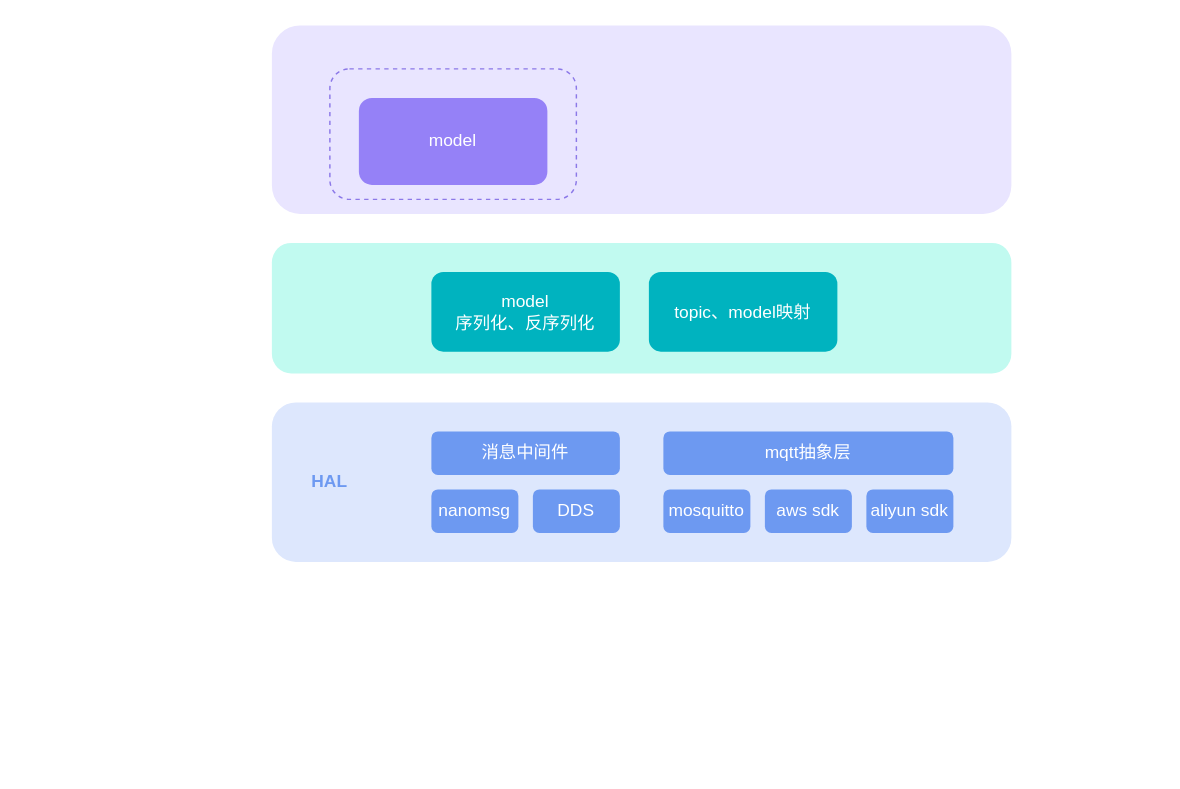
This is 割草机.drawio from xunzhaoxusanduo/1-drawio, a draw.io file, before an edit. Source tidied: cells renumbered, new cells numbered last; positions are measured from the earlier drawing's top-left corner, leaving out a move shared by most shapes. Both pictures are drawn from the tidied source at 145%, with x=0, y=0 at pixel (271, 25).
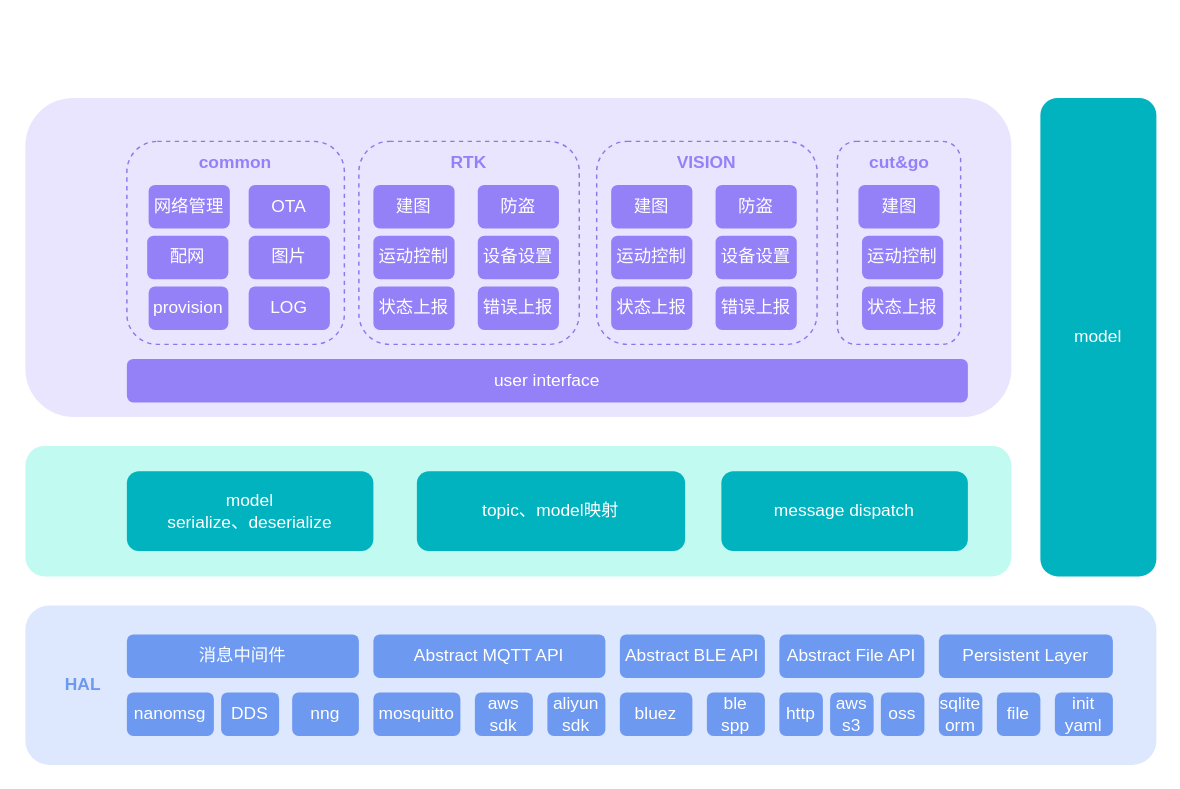
The same page after the edit.

Commit message:
更新割草机.drawio

What changed in the source:
```diff
@@
     <mxCell id="2" style="rounded=1;whiteSpace=wrap;html=1;fillColor=#dde7fd;strokeColor=none;" parent="1" vertex="1">
-      <mxGeometry y="260" width="510" height="110" as="geometry" />
+      <mxGeometry x="-170" y="400" width="780" height="110" as="geometry" />
     </mxCell>
     <mxCell id="3" value="消息中间件" style="rounded=1;whiteSpace=wrap;html=1;strokeColor=none;fillColor=#6d99f1;fontColor=#ffffff;" parent="1" vertex="1">
-      <mxGeometry x="110" y="280" width="130" height="30" as="geometry" />
+      <mxGeometry x="-100" y="420" width="160" height="30" as="geometry" />
     </mxCell>
     <mxCell id="4" value="nanomsg" style="rounded=1;whiteSpace=wrap;html=1;strokeColor=none;fillColor=#6d99f1;fontColor=#ffffff;" parent="1" vertex="1">
-      <mxGeometry x="110" y="320" width="60" height="30" as="geometry" />
+      <mxGeometry x="-100" y="460" width="60" height="30" as="geometry" />
     </mxCell>
     <mxCell id="5" value="DDS" style="rounded=1;whiteSpace=wrap;html=1;strokeColor=none;fillColor=#6d99f1;fontColor=#ffffff;" parent="1" vertex="1">
-      <mxGeometry x="180" y="320" width="60" height="30" as="geometry" />
+      <mxGeometry x="-35" y="460" width="40" height="30" as="geometry" />
     </mxCell>
-    <mxCell id="6" value="mqtt抽象层" style="rounded=1;whiteSpace=wrap;html=1;strokeColor=none;fillColor=#6d99f1;fontColor=#ffffff;" parent="1" vertex="1">
-      <mxGeometry x="270" y="280" width="200" height="30" as="geometry" />
+    <mxCell id="6" value="Abstract MQTT API" style="rounded=1;whiteSpace=wrap;html=1;strokeColor=none;fillColor=#6d99f1;fontColor=#ffffff;" parent="1" vertex="1">
+      <mxGeometry x="70" y="420" width="160" height="30" as="geometry" />
     </mxCell>
     <mxCell id="7" value="mosquitto" style="rounded=1;whiteSpace=wrap;html=1;strokeColor=none;fillColor=#6d99f1;fontColor=#ffffff;" parent="1" vertex="1">
-      <mxGeometry x="270" y="320" width="60" height="30" as="geometry" />
+      <mxGeometry x="70" y="460" width="60" height="30" as="geometry" />
     </mxCell>
     <mxCell id="8" value="aws sdk" style="rounded=1;whiteSpace=wrap;html=1;strokeColor=none;fillColor=#6d99f1;fontColor=#ffffff;" parent="1" vertex="1">
-      <mxGeometry x="340" y="320" width="60" height="30" as="geometry" />
+      <mxGeometry x="140" y="460" width="40" height="30" as="geometry" />
     </mxCell>
     <mxCell id="9" value="aliyun sdk" style="rounded=1;whiteSpace=wrap;html=1;strokeColor=none;fillColor=#6d99f1;fontColor=#ffffff;" parent="1" vertex="1">
-      <mxGeometry x="410" y="320" width="60" height="30" as="geometry" />
+      <mxGeometry x="190" y="460" width="40" height="30" as="geometry" />
     </mxCell>
     <mxCell id="10" value="HAL" style="text;html=1;strokeColor=none;fillColor=none;align=center;verticalAlign=middle;whiteSpace=wrap;rounded=0;fontColor=#6d99f1;fontStyle=1;" parent="1" vertex="1">
-      <mxGeometry x="10" y="300" width="60" height="30" as="geometry" />
+      <mxGeometry x="-160" y="440" width="60" height="30" as="geometry" />
     </mxCell>
     <mxCell id="11" style="rounded=1;whiteSpace=wrap;html=1;fillColor=#c1faf0;strokeColor=none;" parent="1" vertex="1">
-      <mxGeometry y="150" width="510" height="90" as="geometry" />
+      <mxGeometry x="-170" y="290" width="680" height="90" as="geometry" />
     </mxCell>
-    <mxCell id="12" value="model&lt;br&gt;序列化、反序列化" style="rounded=1;whiteSpace=wrap;html=1;strokeColor=none;fillColor=#00b3bf;fontColor=#ffffff;" parent="1" vertex="1">
-      <mxGeometry x="110" y="170" width="130" height="55" as="geometry" />
+    <mxCell id="12" value="model&lt;br&gt;serialize、deserialize" style="rounded=1;whiteSpace=wrap;html=1;strokeColor=none;fillColor=#00b3bf;fontColor=#ffffff;" parent="1" vertex="1">
+      <mxGeometry x="-100" y="307.5" width="170" height="55" as="geometry" />
     </mxCell>
     <mxCell id="13" value="&lt;div data-t=&quot;flow&quot; data-processon-v=&quot;{&amp;quot;list&amp;quot;:[{&amp;quot;parent&amp;quot;:&amp;quot;&amp;quot;,&amp;quot;link&amp;quot;:&amp;quot;&amp;quot;,&amp;quot;shapeStyle&amp;quot;:{&amp;quot;alpha&amp;quot;:1},&amp;quot;textBlock&amp;quot;:[{&amp;quot;position&amp;quot;:{&amp;quot;w&amp;quot;:&amp;quot;w-20&amp;quot;,&amp;quot;x&amp;quot;:10,&amp;quot;h&amp;quot;:&amp;quot;h&amp;quot;,&amp;quot;y&amp;quot;:0},&amp;quot;text&amp;quot;:&amp;quot;model&lt;div&gt;序列化、反序列化&lt;/div&gt;&amp;quot;}],&amp;quot;anchors&amp;quot;:[{&amp;quot;x&amp;quot;:&amp;quot;w/2&amp;quot;,&amp;quot;y&amp;quot;:&amp;quot;0&amp;quot;},{&amp;quot;x&amp;quot;:&amp;quot;w/2&amp;quot;,&amp;quot;y&amp;quot;:&amp;quot;h&amp;quot;},{&amp;quot;x&amp;quot;:&amp;quot;0&amp;quot;,&amp;quot;y&amp;quot;:&amp;quot;h/2&amp;quot;},{&amp;quot;x&amp;quot;:&amp;quot;w&amp;quot;,&amp;quot;y&amp;quot;:&amp;quot;h/2&amp;quot;}],&amp;quot;fontStyle&amp;quot;:{&amp;quot;color&amp;quot;:&amp;quot;255,255,255&amp;quot;,&amp;quot;size&amp;quot;:12},&amp;quot;dataAttributes&amp;quot;:[{&amp;quot;name&amp;quot;:&amp;quot;序号&amp;quot;,&amp;quot;id&amp;quot;:&amp;quot;JrwUtCCTrl426030&amp;quot;,&amp;quot;type&amp;quot;:&amp;quot;number&amp;quot;,&amp;quot;category&amp;quot;:&amp;quot;default&amp;quot;,&amp;quot;value&amp;quot;:&amp;quot;&amp;quot;},{&amp;quot;name&amp;quot;:&amp;quot;名称&amp;quot;,&amp;quot;id&amp;quot;:&amp;quot;zWFyebNOZr621846&amp;quot;,&amp;quot;type&amp;quot;:&amp;quot;string&amp;quot;,&amp;quot;category&amp;quot;:&amp;quot;default&amp;quot;,&amp;quot;value&amp;quot;:&amp;quot;&amp;quot;},{&amp;quot;name&amp;quot;:&amp;quot;所有者&amp;quot;,&amp;quot;id&amp;quot;:&amp;quot;DDkIAjTwSY076523&amp;quot;,&amp;quot;type&amp;quot;:&amp;quot;string&amp;quot;,&amp;quot;category&amp;quot;:&amp;quot;default&amp;quot;,&amp;quot;value&amp;quot;:&amp;quot;&amp;quot;},{&amp;quot;name&amp;quot;:&amp;quot;连接&amp;quot;,&amp;quot;id&amp;quot;:&amp;quot;XHLMEQMAEG652049&amp;quot;,&amp;quot;type&amp;quot;:&amp;quot;link&amp;quot;,&amp;quot;category&amp;quot;:&amp;quot;default&amp;quot;,&amp;quot;value&amp;quot;:&amp;quot;&amp;quot;},{&amp;quot;name&amp;quot;:&amp;quot;便笺&amp;quot;,&amp;quot;id&amp;quot;:&amp;quot;quSSQknqel203891&amp;quot;,&amp;quot;type&amp;quot;:&amp;quot;string&amp;quot;,&amp;quot;category&amp;quot;:&amp;quot;default&amp;quot;,&amp;quot;value&amp;quot;:&amp;quot;&amp;quot;}],&amp;quot;props&amp;quot;:{&amp;quot;zindex&amp;quot;:25,&amp;quot;w&amp;quot;:153,&amp;quot;x&amp;quot;:195.3589743589743,&amp;quot;h&amp;quot;:44,&amp;quot;y&amp;quot;:420.3333333333335,&amp;quot;angle&amp;quot;:0},&amp;quot;path&amp;quot;:[{&amp;quot;actions&amp;quot;:[{&amp;quot;x&amp;quot;:&amp;quot;0&amp;quot;,&amp;quot;action&amp;quot;:&amp;quot;move&amp;quot;,&amp;quot;y&amp;quot;:&amp;quot;4&amp;quot;},{&amp;quot;y1&amp;quot;:&amp;quot;0&amp;quot;,&amp;quot;x&amp;quot;:&amp;quot;4&amp;quot;,&amp;quot;action&amp;quot;:&amp;quot;quadraticCurve&amp;quot;,&amp;quot;x1&amp;quot;:&amp;quot;0&amp;quot;,&amp;quot;y&amp;quot;:&amp;quot;0&amp;quot;},{&amp;quot;x&amp;quot;:&amp;quot;w-4&amp;quot;,&amp;quot;action&amp;quot;:&amp;quot;line&amp;quot;,&amp;quot;y&amp;quot;:&amp;quot;0&amp;quot;},{&amp;quot;y1&amp;quot;:&amp;quot;0&amp;quot;,&amp;quot;x&amp;quot;:&amp;quot;w&amp;quot;,&amp;quot;action&amp;quot;:&amp;quot;quadraticCurve&amp;quot;,&amp;quot;x1&amp;quot;:&amp;quot;w&amp;quot;,&amp;quot;y&amp;quot;:&amp;quot;4&amp;quot;},{&amp;quot;x&amp;quot;:&amp;quot;w&amp;quot;,&amp;quot;action&amp;quot;:&amp;quot;line&amp;quot;,&amp;quot;y&amp;quot;:&amp;quot;h-4&amp;quot;},{&amp;quot;y1&amp;quot;:&amp;quot;h&amp;quot;,&amp;quot;x&amp;quot;:&amp;quot;w-4&amp;quot;,&amp;quot;action&amp;quot;:&amp;quot;quadraticCurve&amp;quot;,&amp;quot;x1&amp;quot;:&amp;quot;w&amp;quot;,&amp;quot;y&amp;quot;:&amp;quot;h&amp;quot;},{&amp;quot;x&amp;quot;:&amp;quot;4&amp;quot;,&amp;quot;action&amp;quot;:&amp;quot;line&amp;quot;,&amp;quot;y&amp;quot;:&amp;quot;h&amp;quot;},{&amp;quot;y1&amp;quot;:&amp;quot;h&amp;quot;,&amp;quot;x&amp;quot;:&amp;quot;0&amp;quot;,&amp;quot;action&amp;quot;:&amp;quot;quadraticCurve&amp;quot;,&amp;quot;x1&amp;quot;:&amp;quot;0&amp;quot;,&amp;quot;y&amp;quot;:&amp;quot;h-4&amp;quot;},{&amp;quot;action&amp;quot;:&amp;quot;close&amp;quot;}]}],&amp;quot;lineStyle&amp;quot;:{&amp;quot;lineColor&amp;quot;:&amp;quot;0,186,199&amp;quot;},&amp;quot;children&amp;quot;:[],&amp;quot;resizeDir&amp;quot;:[&amp;quot;tl&amp;quot;,&amp;quot;tr&amp;quot;,&amp;quot;br&amp;quot;,&amp;quot;bl&amp;quot;,&amp;quot;l&amp;quot;,&amp;quot;t&amp;quot;,&amp;quot;r&amp;quot;,&amp;quot;b&amp;quot;],&amp;quot;name&amp;quot;:&amp;quot;roundRectangle&amp;quot;,&amp;quot;fillStyle&amp;quot;:{&amp;quot;color&amp;quot;:&amp;quot;0,186,199&amp;quot;,&amp;quot;type&amp;quot;:&amp;quot;solid&amp;quot;},&amp;quot;theme&amp;quot;:{},&amp;quot;id&amp;quot;:&amp;quot;gPrsLUqYKf349802&amp;quot;,&amp;quot;attribute&amp;quot;:{&amp;quot;container&amp;quot;:false,&amp;quot;rotatable&amp;quot;:true,&amp;quot;visible&amp;quot;:true,&amp;quot;fixedLink&amp;quot;:false,&amp;quot;collapsable&amp;quot;:false,&amp;quot;collapsed&amp;quot;:false,&amp;quot;linkable&amp;quot;:true,&amp;quot;markerOffset&amp;quot;:5},&amp;quot;category&amp;quot;:&amp;quot;basic&amp;quot;,&amp;quot;locked&amp;quot;:false,&amp;quot;group&amp;quot;:&amp;quot;&amp;quot;}],&amp;quot;client&amp;quot;:&amp;quot;1700191959465KsjMVhOzrR021758&amp;quot;}&quot;&gt; &lt;/div&gt;" style="text;whiteSpace=wrap;html=1;" parent="1" vertex="1">
-      <mxGeometry x="290" y="60" width="30" height="20" as="geometry" />
+      <mxGeometry x="120" y="200" width="30" height="20" as="geometry" />
     </mxCell>
     <mxCell id="14" value="topic、model映射" style="rounded=1;whiteSpace=wrap;html=1;strokeColor=none;fillColor=#00b3bf;fontColor=#ffffff;" parent="1" vertex="1">
-      <mxGeometry x="260" y="170" width="130" height="55" as="geometry" />
+      <mxGeometry x="100" y="307.5" width="185" height="55" as="geometry" />
     </mxCell>
     <mxCell id="15" style="rounded=1;whiteSpace=wrap;html=1;fillColor=#e9e5ff;strokeColor=none;" parent="1" vertex="1">
-      <mxGeometry width="510" height="130" as="geometry" />
+      <mxGeometry x="-170" y="50" width="680" height="220" as="geometry" />
     </mxCell>
     <mxCell id="16" style="rounded=1;whiteSpace=wrap;html=1;fillColor=none;dashed=1;strokeColor=#8c79e8;" parent="1" vertex="1">
-      <mxGeometry x="40" y="30" width="170" height="90" as="geometry" />
+      <mxGeometry x="-100" y="80" width="150" height="140" as="geometry" />
     </mxCell>
-    <mxCell id="17" value="model" style="rounded=1;whiteSpace=wrap;html=1;strokeColor=none;fillColor=#9581f7;fontColor=#ffffff;" parent="1" vertex="1">
-      <mxGeometry x="60" y="50" width="130" height="60" as="geometry" />
+    <mxCell id="17" value="provision" style="rounded=1;whiteSpace=wrap;html=1;strokeColor=none;fillColor=#9581f7;fontColor=#ffffff;" parent="1" vertex="1">
+      <mxGeometry x="-85" y="180" width="55" height="30" as="geometry" />
     </mxCell>
+    <mxCell id="18" value="message dispatch" style="rounded=1;whiteSpace=wrap;html=1;strokeColor=none;fillColor=#00b3bf;fontColor=#ffffff;" parent="1" vertex="1">
+      <mxGeometry x="310" y="307.5" width="170" height="55" as="geometry" />
+    </mxCell>
+    <mxCell id="19" value="common" style="text;html=1;strokeColor=none;fillColor=none;align=center;verticalAlign=middle;whiteSpace=wrap;rounded=0;fontColor=#9581f7;fontStyle=1;fontFamily=Helvetica;" parent="1" vertex="1">
+      <mxGeometry x="-55" y="80" width="60" height="30" as="geometry" />
+    </mxCell>
+    <mxCell id="20" value="user interface" style="rounded=1;whiteSpace=wrap;html=1;strokeColor=none;fillColor=#9581f7;fontColor=#ffffff;" parent="1" vertex="1">
+      <mxGeometry x="-100" y="230" width="580" height="30" as="geometry" />
+    </mxCell>
+    <mxCell id="21" value="model" style="rounded=1;whiteSpace=wrap;html=1;strokeColor=none;fillColor=#00b3bf;fontColor=#ffffff;" parent="1" vertex="1">
+      <mxGeometry x="530" y="50" width="80" height="330" as="geometry" />
+    </mxCell>
+    <mxCell id="22" value="nng" style="rounded=1;whiteSpace=wrap;html=1;strokeColor=none;fillColor=#6d99f1;fontColor=#ffffff;" parent="1" vertex="1">
+      <mxGeometry x="14" y="460" width="46" height="30" as="geometry" />
+    </mxCell>
+    <mxCell id="23" value="Abstract BLE API" style="rounded=1;whiteSpace=wrap;html=1;strokeColor=none;fillColor=#6d99f1;fontColor=#ffffff;" parent="1" vertex="1">
+      <mxGeometry x="240" y="420" width="100" height="30" as="geometry" />
+    </mxCell>
+    <mxCell id="24" value="Abstract File API" style="rounded=1;whiteSpace=wrap;html=1;strokeColor=none;fillColor=#6d99f1;fontColor=#ffffff;" parent="1" vertex="1">
+      <mxGeometry x="350" y="420" width="100" height="30" as="geometry" />
+    </mxCell>
+    <mxCell id="25" value="bluez" style="rounded=1;whiteSpace=wrap;html=1;strokeColor=none;fillColor=#6d99f1;fontColor=#ffffff;" parent="1" vertex="1">
+      <mxGeometry x="240" y="460" width="50" height="30" as="geometry" />
+    </mxCell>
+    <mxCell id="26" value="ble spp" style="rounded=1;whiteSpace=wrap;html=1;strokeColor=none;fillColor=#6d99f1;fontColor=#ffffff;" parent="1" vertex="1">
+      <mxGeometry x="300" y="460" width="40" height="30" as="geometry" />
+    </mxCell>
+    <mxCell id="27" value="http" style="rounded=1;whiteSpace=wrap;html=1;strokeColor=none;fillColor=#6d99f1;fontColor=#ffffff;" parent="1" vertex="1">
+      <mxGeometry x="350" y="460" width="30" height="30" as="geometry" />
+    </mxCell>
+    <mxCell id="28" value="aws s3" style="rounded=1;whiteSpace=wrap;html=1;strokeColor=none;fillColor=#6d99f1;fontColor=#ffffff;" parent="1" vertex="1">
+      <mxGeometry x="385" y="460" width="30" height="30" as="geometry" />
+    </mxCell>
+    <mxCell id="29" value="oss" style="rounded=1;whiteSpace=wrap;html=1;strokeColor=none;fillColor=#6d99f1;fontColor=#ffffff;" parent="1" vertex="1">
+      <mxGeometry x="420" y="460" width="30" height="30" as="geometry" />
+    </mxCell>
+    <mxCell id="30" style="rounded=1;whiteSpace=wrap;html=1;fillColor=none;dashed=1;strokeColor=#8c79e8;" parent="1" vertex="1">
+      <mxGeometry x="60" y="80" width="152" height="140" as="geometry" />
+    </mxCell>
+    <mxCell id="31" value="RTK" style="text;html=1;strokeColor=none;fillColor=none;align=center;verticalAlign=middle;whiteSpace=wrap;rounded=0;fontColor=#9581f7;fontStyle=1;fontFamily=Helvetica;" parent="1" vertex="1">
+      <mxGeometry x="106" y="85" width="60" height="20" as="geometry" />
+    </mxCell>
+    <mxCell id="32" value="配网" style="rounded=1;whiteSpace=wrap;html=1;strokeColor=none;fillColor=#9581f7;fontColor=#ffffff;" parent="1" vertex="1">
+      <mxGeometry x="-86" y="145" width="56" height="30" as="geometry" />
+    </mxCell>
+    <mxCell id="33" value="图片" style="rounded=1;whiteSpace=wrap;html=1;strokeColor=none;fillColor=#9581f7;fontColor=#ffffff;" parent="1" vertex="1">
+      <mxGeometry x="-16" y="145" width="56" height="30" as="geometry" />
+    </mxCell>
+    <mxCell id="34" value="LOG" style="rounded=1;whiteSpace=wrap;html=1;strokeColor=none;fillColor=#9581f7;fontColor=#ffffff;" parent="1" vertex="1">
+      <mxGeometry x="-16" y="180" width="56" height="30" as="geometry" />
+    </mxCell>
+    <mxCell id="35" value="运动控制" style="rounded=1;whiteSpace=wrap;html=1;strokeColor=none;fillColor=#9581f7;fontColor=#ffffff;" parent="1" vertex="1">
+      <mxGeometry x="70" y="145" width="56" height="30" as="geometry" />
+    </mxCell>
+    <mxCell id="36" value="设备设置" style="rounded=1;whiteSpace=wrap;html=1;strokeColor=none;fillColor=#9581f7;fontColor=#ffffff;" parent="1" vertex="1">
+      <mxGeometry x="142" y="145" width="56" height="30" as="geometry" />
+    </mxCell>
+    <mxCell id="37" value="状态上报" style="rounded=1;whiteSpace=wrap;html=1;strokeColor=none;fillColor=#9581f7;fontColor=#ffffff;" parent="1" vertex="1">
+      <mxGeometry x="70" y="180" width="56" height="30" as="geometry" />
+    </mxCell>
+    <mxCell id="38" value="错误上报" style="rounded=1;whiteSpace=wrap;html=1;strokeColor=none;fillColor=#9581f7;fontColor=#ffffff;" parent="1" vertex="1">
+      <mxGeometry x="142" y="180" width="56" height="30" as="geometry" />
+    </mxCell>
+    <mxCell id="39" value="建图" style="rounded=1;whiteSpace=wrap;html=1;strokeColor=none;fillColor=#9581f7;fontColor=#ffffff;" parent="1" vertex="1">
+      <mxGeometry x="70" y="110" width="56" height="30" as="geometry" />
+    </mxCell>
+    <mxCell id="40" value="防盗" style="rounded=1;whiteSpace=wrap;html=1;strokeColor=none;fillColor=#9581f7;fontColor=#ffffff;" parent="1" vertex="1">
+      <mxGeometry x="142" y="110" width="56" height="30" as="geometry" />
+    </mxCell>
+    <mxCell id="41" value="网络管理" style="rounded=1;whiteSpace=wrap;html=1;strokeColor=none;fillColor=#9581f7;fontColor=#ffffff;" parent="1" vertex="1">
+      <mxGeometry x="-85" y="110" width="56" height="30" as="geometry" />
+    </mxCell>
+    <mxCell id="42" value="OTA" style="rounded=1;whiteSpace=wrap;html=1;strokeColor=none;fillColor=#9581f7;fontColor=#ffffff;" parent="1" vertex="1">
+      <mxGeometry x="-16" y="110" width="56" height="30" as="geometry" />
+    </mxCell>
+    <mxCell id="43" value="Persistent Layer" style="rounded=1;whiteSpace=wrap;html=1;strokeColor=none;fillColor=#6d99f1;fontColor=#ffffff;" parent="1" vertex="1">
+      <mxGeometry x="460" y="420" width="120" height="30" as="geometry" />
+    </mxCell>
+    <mxCell id="44" value="sqlite&lt;br&gt;orm" style="rounded=1;whiteSpace=wrap;html=1;strokeColor=none;fillColor=#6d99f1;fontColor=#ffffff;" parent="1" vertex="1">
+      <mxGeometry x="460" y="460" width="30" height="30" as="geometry" />
+    </mxCell>
+    <mxCell id="45" value="file" style="rounded=1;whiteSpace=wrap;html=1;strokeColor=none;fillColor=#6d99f1;fontColor=#ffffff;" parent="1" vertex="1">
+      <mxGeometry x="500" y="460" width="30" height="30" as="geometry" />
+    </mxCell>
+    <mxCell id="46" value="init&lt;br&gt;yaml" style="rounded=1;whiteSpace=wrap;html=1;strokeColor=none;fillColor=#6d99f1;fontColor=#ffffff;" parent="1" vertex="1">
+      <mxGeometry x="540" y="460" width="40" height="30" as="geometry" />
+    </mxCell>
+    <mxCell id="47" style="rounded=1;whiteSpace=wrap;html=1;fillColor=none;dashed=1;strokeColor=#8c79e8;" parent="1" vertex="1">
+      <mxGeometry x="224" y="80" width="152" height="140" as="geometry" />
+    </mxCell>
+    <mxCell id="48" value="VISION" style="text;html=1;strokeColor=none;fillColor=none;align=center;verticalAlign=middle;whiteSpace=wrap;rounded=0;fontColor=#9581f7;fontStyle=1;fontFamily=Helvetica;" parent="1" vertex="1">
+      <mxGeometry x="270" y="85" width="60" height="20" as="geometry" />
+    </mxCell>
+    <mxCell id="49" value="运动控制" style="rounded=1;whiteSpace=wrap;html=1;strokeColor=none;fillColor=#9581f7;fontColor=#ffffff;" parent="1" vertex="1">
+      <mxGeometry x="234" y="145" width="56" height="30" as="geometry" />
+    </mxCell>
+    <mxCell id="50" value="设备设置" style="rounded=1;whiteSpace=wrap;html=1;strokeColor=none;fillColor=#9581f7;fontColor=#ffffff;" parent="1" vertex="1">
+      <mxGeometry x="306" y="145" width="56" height="30" as="geometry" />
+    </mxCell>
+    <mxCell id="51" value="状态上报" style="rounded=1;whiteSpace=wrap;html=1;strokeColor=none;fillColor=#9581f7;fontColor=#ffffff;" parent="1" vertex="1">
+      <mxGeometry x="234" y="180" width="56" height="30" as="geometry" />
+    </mxCell>
+    <mxCell id="52" value="错误上报" style="rounded=1;whiteSpace=wrap;html=1;strokeColor=none;fillColor=#9581f7;fontColor=#ffffff;" parent="1" vertex="1">
+      <mxGeometry x="306" y="180" width="56" height="30" as="geometry" />
+    </mxCell>
+    <mxCell id="53" value="建图" style="rounded=1;whiteSpace=wrap;html=1;strokeColor=none;fillColor=#9581f7;fontColor=#ffffff;" parent="1" vertex="1">
+      <mxGeometry x="234" y="110" width="56" height="30" as="geometry" />
+    </mxCell>
+    <mxCell id="54" value="防盗" style="rounded=1;whiteSpace=wrap;html=1;strokeColor=none;fillColor=#9581f7;fontColor=#ffffff;" parent="1" vertex="1">
+      <mxGeometry x="306" y="110" width="56" height="30" as="geometry" />
+    </mxCell>
+    <mxCell id="55" style="rounded=1;whiteSpace=wrap;html=1;fillColor=none;dashed=1;strokeColor=#8c79e8;" parent="1" vertex="1">
+      <mxGeometry x="390" y="80" width="85" height="140" as="geometry" />
+    </mxCell>
+    <mxCell id="56" value="cut&amp;amp;go" style="text;html=1;strokeColor=none;fillColor=none;align=center;verticalAlign=middle;whiteSpace=wrap;rounded=0;fontColor=#9581f7;fontStyle=1;fontFamily=Helvetica;" parent="1" vertex="1">
+      <mxGeometry x="402.5" y="85" width="60" height="20" as="geometry" />
+    </mxCell>
+    <mxCell id="57" value="建图" style="rounded=1;whiteSpace=wrap;html=1;strokeColor=none;fillColor=#9581f7;fontColor=#ffffff;" parent="1" vertex="1">
+      <mxGeometry x="404.5" y="110" width="56" height="30" as="geometry" />
+    </mxCell>
+    <mxCell id="58" value="运动控制" style="rounded=1;whiteSpace=wrap;html=1;strokeColor=none;fillColor=#9581f7;fontColor=#ffffff;" parent="1" vertex="1">
+      <mxGeometry x="407" y="145" width="56" height="30" as="geometry" />
+    </mxCell>
+    <mxCell id="59" value="状态上报" style="rounded=1;whiteSpace=wrap;html=1;strokeColor=none;fillColor=#9581f7;fontColor=#ffffff;" parent="1" vertex="1">
+      <mxGeometry x="407" y="180" width="56" height="30" as="geometry" />
+    </mxCell>
```
